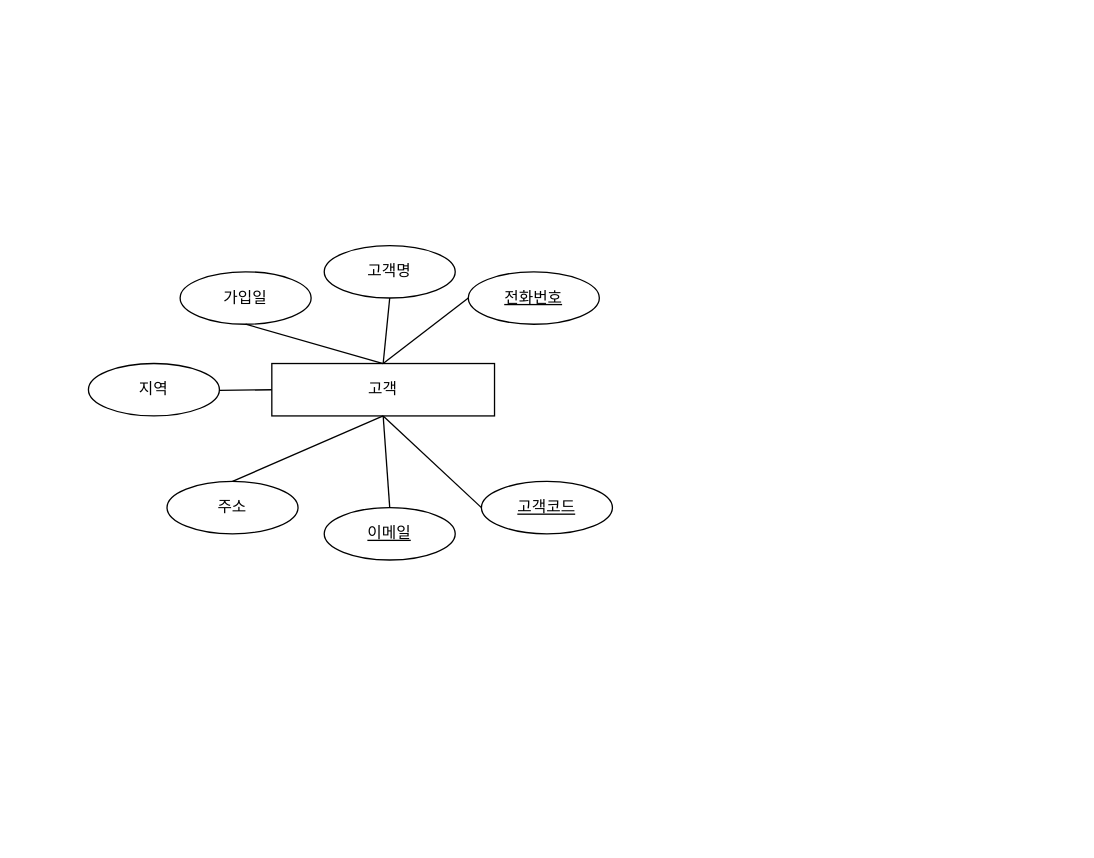
This is page "페이지-1" (1 of 2) of erd.drawio from Kimz00/ai8erd, a draw.io file, before an edit. Source tidied: cells renumbered, new cells numbered last; positions are measured from the earlier drawing's top-left corner, leaving out a move shared by most shapes. Both pictures are drawn from the tidied source at 131%, with x=0, y=0 at pixel (88, 245).
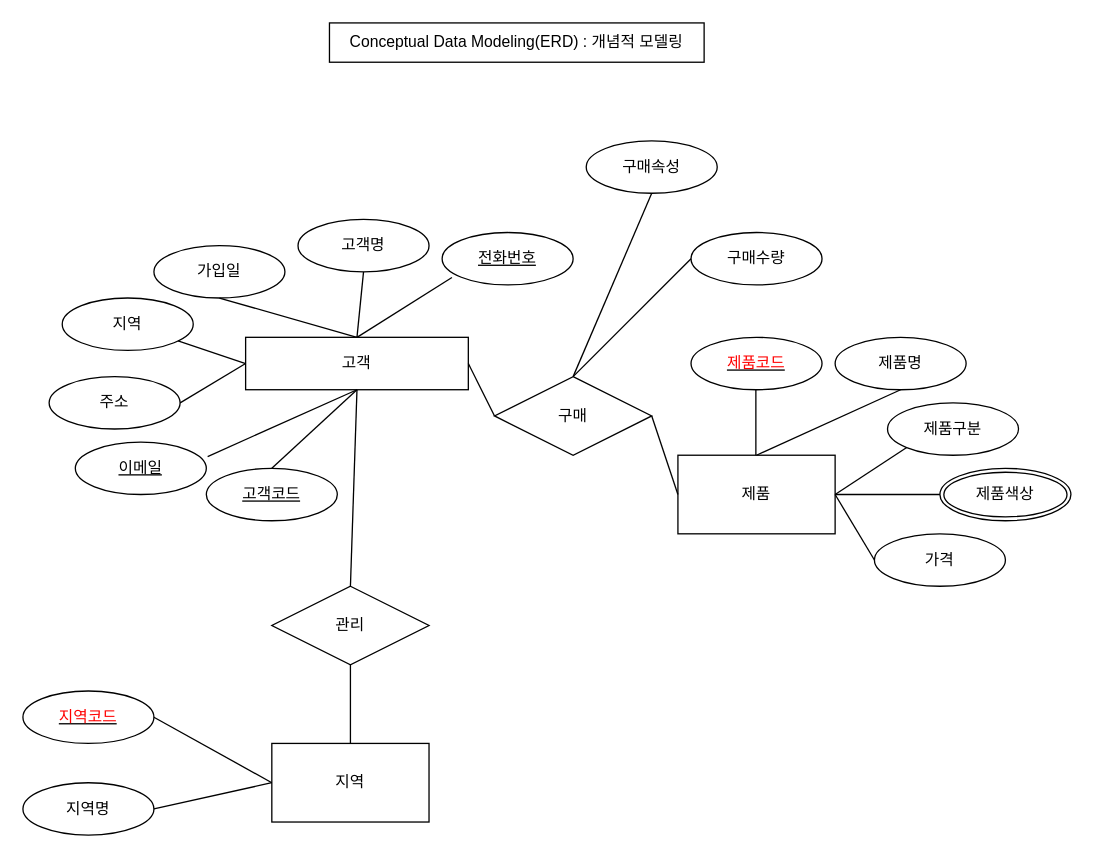
After the change.

Change to the diagram source:
```diff
@@
     <mxCell id="2" value="고객" style="whiteSpace=wrap;html=1;align=center;fontSize=12;" parent="1" vertex="1">
-      <mxGeometry x="140" y="90" width="170" height="40" as="geometry" />
+      <mxGeometry x="120" y="70" width="170" height="40" as="geometry" />
     </mxCell>
     <mxCell id="3" value="고객명" style="ellipse;whiteSpace=wrap;html=1;align=center;" parent="1" vertex="1">
-      <mxGeometry x="180" width="100" height="40" as="geometry" />
+      <mxGeometry x="160" y="-20" width="100" height="40" as="geometry" />
     </mxCell>
@@
     <mxCell id="5" value="&lt;u&gt;전화번호&lt;/u&gt;" style="ellipse;whiteSpace=wrap;html=1;align=center;" parent="1" vertex="1">
-      <mxGeometry x="290" y="20" width="100" height="40" as="geometry" />
+      <mxGeometry x="270" y="-10" width="100" height="40" as="geometry" />
     </mxCell>
     <mxCell id="6" value="&lt;u&gt;이메일&lt;/u&gt;" style="ellipse;whiteSpace=wrap;html=1;align=center;" parent="1" vertex="1">
-      <mxGeometry x="180" y="200" width="100" height="40" as="geometry" />
+      <mxGeometry x="-10" y="150" width="100" height="40" as="geometry" />
     </mxCell>
     <mxCell id="7" value="주소" style="ellipse;whiteSpace=wrap;html=1;align=center;" parent="1" vertex="1">
-      <mxGeometry x="60" y="180" width="100" height="40" as="geometry" />
+      <mxGeometry x="-30" y="100" width="100" height="40" as="geometry" />
     </mxCell>
     <mxCell id="8" value="지역" style="ellipse;whiteSpace=wrap;html=1;align=center;" parent="1" vertex="1">
-      <mxGeometry y="90" width="100" height="40" as="geometry" />
+      <mxGeometry x="-20" y="40" width="100" height="40" as="geometry" />
     </mxCell>
     <mxCell id="9" value="가입일" style="ellipse;whiteSpace=wrap;html=1;align=center;" parent="1" vertex="1">
-      <mxGeometry x="70" y="20" width="100" height="40" as="geometry" />
+      <mxGeometry x="50" width="100" height="40" as="geometry" />
     </mxCell>
@@
-    <mxCell id="12" style="endArrow=none;html=1;rounded=0;entryX=0.5;entryY=0;entryDx=0;entryDy=0;exitX=0.5;exitY=1;exitDx=0;exitDy=0;" parent="1" edge="1" source="2" target="7">
-      <mxGeometry relative="1" as="geometry" />
+    <mxCell id="12" style="endArrow=none;html=1;rounded=0;entryX=1;entryY=0.5;entryDx=0;entryDy=0;" parent="1" edge="1" target="7">
+      <mxGeometry relative="1" as="geometry">
+        <mxPoint x="120" y="90" as="sourcePoint" />
+      </mxGeometry>
     </mxCell>
-    <mxCell id="13" style="endArrow=none;html=1;rounded=0;entryX=0;entryY=0.5;entryDx=0;entryDy=0;exitX=0.5;exitY=0;exitDx=0;exitDy=0;" parent="1" edge="1" source="2" target="5">
+    <mxCell id="13" style="endArrow=none;html=1;rounded=0;entryX=0.075;entryY=0.857;entryDx=0;entryDy=0;exitX=0.5;exitY=0;exitDx=0;exitDy=0;entryPerimeter=0;" parent="1" edge="1" source="2" target="5">
       <mxGeometry relative="1" as="geometry" />
     </mxCell>
-    <mxCell id="14" style="endArrow=none;html=1;rounded=0;entryX=0.5;entryY=0;entryDx=0;entryDy=0;exitX=0.5;exitY=1;exitDx=0;exitDy=0;" parent="1" edge="1" source="2" target="6">
+    <mxCell id="14" style="endArrow=none;html=1;rounded=0;entryX=1.01;entryY=0.275;entryDx=0;entryDy=0;exitX=0.5;exitY=1;exitDx=0;exitDy=0;entryPerimeter=0;" parent="1" edge="1" source="2" target="6">
       <mxGeometry relative="1" as="geometry" />
     </mxCell>
     <mxCell id="15" value="&lt;u&gt;고객코드&lt;/u&gt;" style="ellipse;whiteSpace=wrap;html=1;align=center;" parent="1" vertex="1">
-      <mxGeometry x="300" y="180" width="100" height="40" as="geometry" />
+      <mxGeometry x="90" y="170" width="100" height="40" as="geometry" />
     </mxCell>
-    <mxCell id="16" style="endArrow=none;html=1;rounded=0;entryX=0;entryY=0.5;entryDx=0;entryDy=0;exitX=0.5;exitY=1;exitDx=0;exitDy=0;" parent="1" edge="1" source="2" target="15">
+    <mxCell id="16" style="endArrow=none;html=1;rounded=0;entryX=0.5;entryY=0;entryDx=0;entryDy=0;exitX=0.5;exitY=1;exitDx=0;exitDy=0;" parent="1" edge="1" source="2" target="15">
       <mxGeometry relative="1" as="geometry" />
     </mxCell>
+    <mxCell id="17" value="지역" style="rounded=0;whiteSpace=wrap;html=1;" parent="1" vertex="1">
+      <mxGeometry x="140" y="380" width="120" height="60" as="geometry" />
+    </mxCell>
+    <mxCell id="18" value="&lt;u&gt;&lt;font color=&quot;#ff0000&quot;&gt;지역코드&lt;/font&gt;&lt;/u&gt;" style="ellipse;whiteSpace=wrap;html=1;align=center;" parent="1" vertex="1">
+      <mxGeometry x="-50" y="340" width="100" height="40" as="geometry" />
+    </mxCell>
+    <mxCell id="19" value="지역명" style="ellipse;whiteSpace=wrap;html=1;align=center;" parent="1" vertex="1">
+      <mxGeometry x="-50" y="410" width="100" height="40" as="geometry" />
+    </mxCell>
+    <mxCell id="20" style="endArrow=none;html=1;rounded=0;entryX=1;entryY=0.5;entryDx=0;entryDy=0;exitX=0;exitY=0.5;exitDx=0;exitDy=0;" parent="1" edge="1" source="17" target="18">
+      <mxGeometry relative="1" as="geometry" />
+    </mxCell>
+    <mxCell id="21" style="endArrow=none;html=1;rounded=0;entryX=0.5;entryY=0;entryDx=0;entryDy=0;exitX=0;exitY=0.5;exitDx=0;exitDy=0;" parent="1" edge="1" source="17">
+      <mxGeometry relative="1" as="geometry">
+        <mxPoint x="50" y="430" as="targetPoint" />
+      </mxGeometry>
+    </mxCell>
+    <mxCell id="22" value="구매수량" style="ellipse;whiteSpace=wrap;html=1;align=center;" parent="1" vertex="1">
+      <mxGeometry x="460" y="-10" width="100" height="40" as="geometry" />
+    </mxCell>
+    <mxCell id="23" value="제품" style="rounded=0;whiteSpace=wrap;html=1;" parent="1" vertex="1">
+      <mxGeometry x="450" y="160" width="120" height="60" as="geometry" />
+    </mxCell>
+    <mxCell id="24" value="&lt;u&gt;&lt;font color=&quot;#ff0000&quot;&gt;제품코드&lt;/font&gt;&lt;/u&gt;" style="ellipse;whiteSpace=wrap;html=1;align=center;" parent="1" vertex="1">
+      <mxGeometry x="460" y="70" width="100" height="40" as="geometry" />
+    </mxCell>
+    <mxCell id="25" style="endArrow=none;html=1;rounded=0;entryX=0.5;entryY=0;entryDx=0;entryDy=0;exitX=0.5;exitY=1;exitDx=0;exitDy=0;" parent="1" edge="1">
+      <mxGeometry relative="1" as="geometry">
+        <mxPoint x="509.5" y="110" as="sourcePoint" />
+        <mxPoint x="509.5" y="160" as="targetPoint" />
+      </mxGeometry>
+    </mxCell>
+    <mxCell id="26" value="제품구분" style="ellipse;whiteSpace=wrap;html=1;align=center;" parent="1" vertex="1">
+      <mxGeometry x="610" y="120" width="100" height="40" as="geometry" />
+    </mxCell>
+    <mxCell id="27" value="제품명" style="ellipse;whiteSpace=wrap;html=1;align=center;" parent="1" vertex="1">
+      <mxGeometry x="570" y="70" width="100" height="40" as="geometry" />
+    </mxCell>
+    <mxCell id="28" value="제품색상" style="ellipse;shape=doubleEllipse;margin=3;whiteSpace=wrap;html=1;align=center;" parent="1" vertex="1">
+      <mxGeometry x="650" y="170" width="100" height="40" as="geometry" />
+    </mxCell>
+    <mxCell id="29" value="가격" style="ellipse;whiteSpace=wrap;html=1;align=center;" parent="1" vertex="1">
+      <mxGeometry x="600" y="220" width="100" height="40" as="geometry" />
+    </mxCell>
+    <mxCell id="30" style="endArrow=none;html=1;rounded=0;entryX=0.5;entryY=1;entryDx=0;entryDy=0;exitX=0.5;exitY=0;exitDx=0;exitDy=0;" parent="1" edge="1" source="23" target="27">
+      <mxGeometry relative="1" as="geometry" />
+    </mxCell>
+    <mxCell id="31" style="endArrow=none;html=1;rounded=0;entryX=0;entryY=1;entryDx=0;entryDy=0;exitX=0.5;exitY=0;exitDx=0;exitDy=0;" parent="1" edge="1" target="26">
+      <mxGeometry relative="1" as="geometry">
+        <mxPoint x="570" y="190" as="sourcePoint" />
+      </mxGeometry>
+    </mxCell>
+    <mxCell id="32" style="endArrow=none;html=1;rounded=0;entryX=0;entryY=0.5;entryDx=0;entryDy=0;" parent="1" edge="1" target="28">
+      <mxGeometry relative="1" as="geometry">
+        <mxPoint x="570" y="190" as="sourcePoint" />
+      </mxGeometry>
+    </mxCell>
+    <mxCell id="33" style="endArrow=none;html=1;rounded=0;entryX=0;entryY=0.5;entryDx=0;entryDy=0;" parent="1" edge="1" target="29">
+      <mxGeometry relative="1" as="geometry">
+        <mxPoint x="570" y="190" as="sourcePoint" />
+      </mxGeometry>
+    </mxCell>
+    <mxCell id="34" value="관리" style="shape=rhombus;perimeter=rhombusPerimeter;whiteSpace=wrap;html=1;align=center;" parent="1" vertex="1">
+      <mxGeometry x="140" y="260" width="120" height="60" as="geometry" />
+    </mxCell>
+    <mxCell id="35" style="endArrow=none;html=1;rounded=0;entryX=0.5;entryY=0;entryDx=0;entryDy=0;exitX=0.5;exitY=1;exitDx=0;exitDy=0;" parent="1" edge="1" source="34" target="17">
+      <mxGeometry relative="1" as="geometry" />
+    </mxCell>
+    <mxCell id="36" style="endArrow=none;html=1;rounded=0;entryX=0;entryY=0.5;entryDx=0;entryDy=0;exitX=1;exitY=0.5;exitDx=0;exitDy=0;" parent="1" edge="1" source="2" target="37">
+      <mxGeometry relative="1" as="geometry" />
+    </mxCell>
+    <mxCell id="37" value="구매" style="shape=rhombus;perimeter=rhombusPerimeter;whiteSpace=wrap;html=1;align=center;" parent="1" vertex="1">
+      <mxGeometry x="310" y="100" width="120" height="60" as="geometry" />
+    </mxCell>
+    <mxCell id="38" value="구매속성" style="ellipse;whiteSpace=wrap;html=1;align=center;" parent="1" vertex="1">
+      <mxGeometry x="380" y="-80" width="100" height="40" as="geometry" />
+    </mxCell>
+    <mxCell id="39" style="endArrow=none;html=1;rounded=0;entryX=0.5;entryY=0;entryDx=0;entryDy=0;exitX=0.5;exitY=1;exitDx=0;exitDy=0;" parent="1" edge="1" source="2" target="34">
+      <mxGeometry relative="1" as="geometry" />
+    </mxCell>
+    <mxCell id="40" style="endArrow=none;html=1;rounded=0;entryX=0;entryY=0.5;entryDx=0;entryDy=0;exitX=1;exitY=0.5;exitDx=0;exitDy=0;" parent="1" edge="1" source="37" target="23">
+      <mxGeometry relative="1" as="geometry" />
+    </mxCell>
+    <mxCell id="41" style="endArrow=none;html=1;rounded=0;entryX=0.5;entryY=1;entryDx=0;entryDy=0;exitX=0.5;exitY=0;exitDx=0;exitDy=0;" parent="1" edge="1" source="37" target="38">
+      <mxGeometry relative="1" as="geometry" />
+    </mxCell>
+    <mxCell id="42" style="endArrow=none;html=1;rounded=0;entryX=0;entryY=0.5;entryDx=0;entryDy=0;exitX=0.5;exitY=0;exitDx=0;exitDy=0;" parent="1" edge="1" source="37" target="22">
+      <mxGeometry relative="1" as="geometry" />
+    </mxCell>
+    <mxCell id="43" value="Conceptual Data Modeling(ERD) : 개념적 모델링" style="rounded=0;whiteSpace=wrap;html=1;" parent="1" vertex="1">
+      <mxGeometry x="184" y="-170" width="286" height="30" as="geometry" />
+    </mxCell>
```
